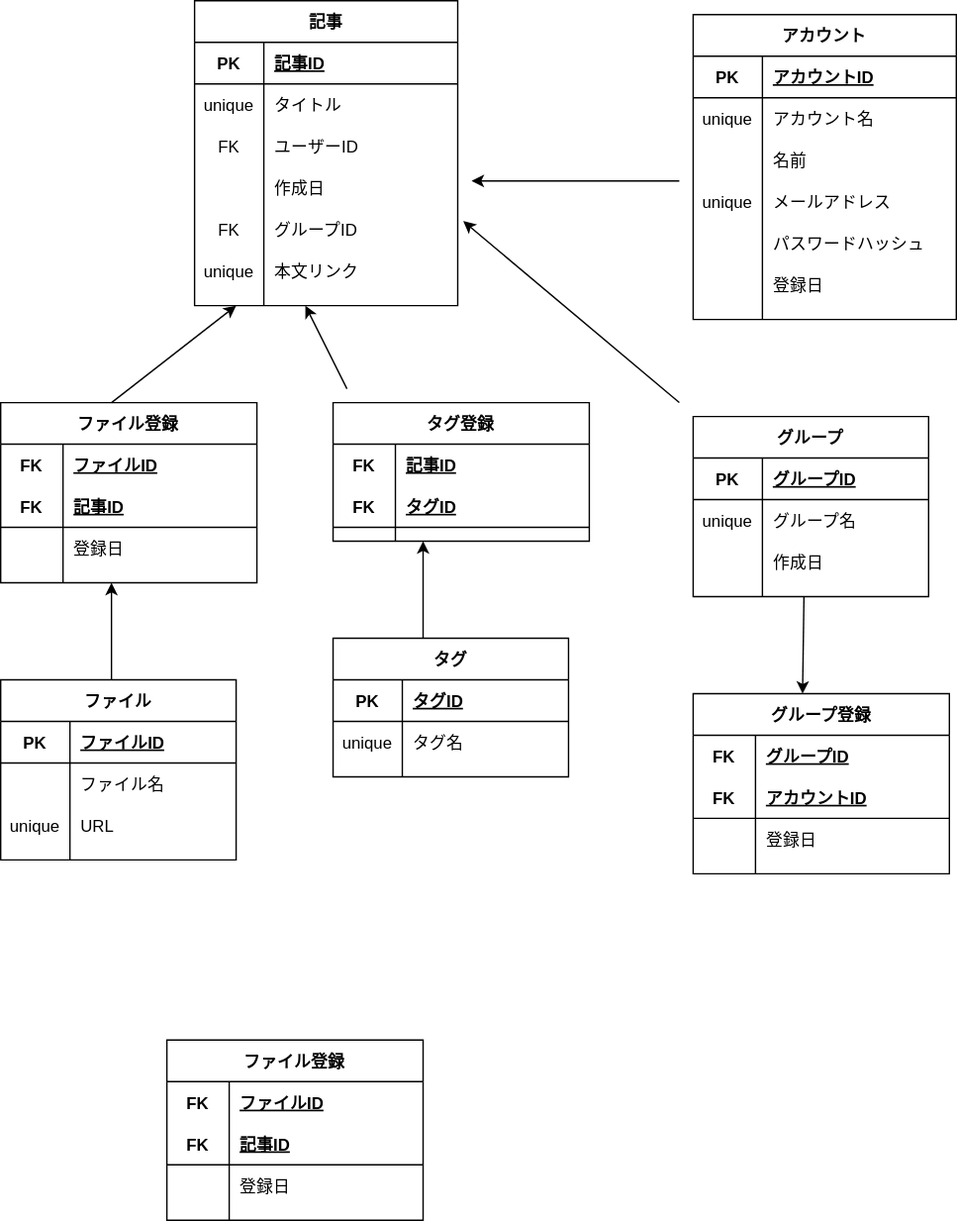
This is design/image/db.drawio.svg from kuboshu/exmanager, a draw.io export, as it was before one commit. Source tidied: cells renumbered, new cells last; positions are measured from the earlier drawing's top-left corner, leaving out a move shared by most shapes.
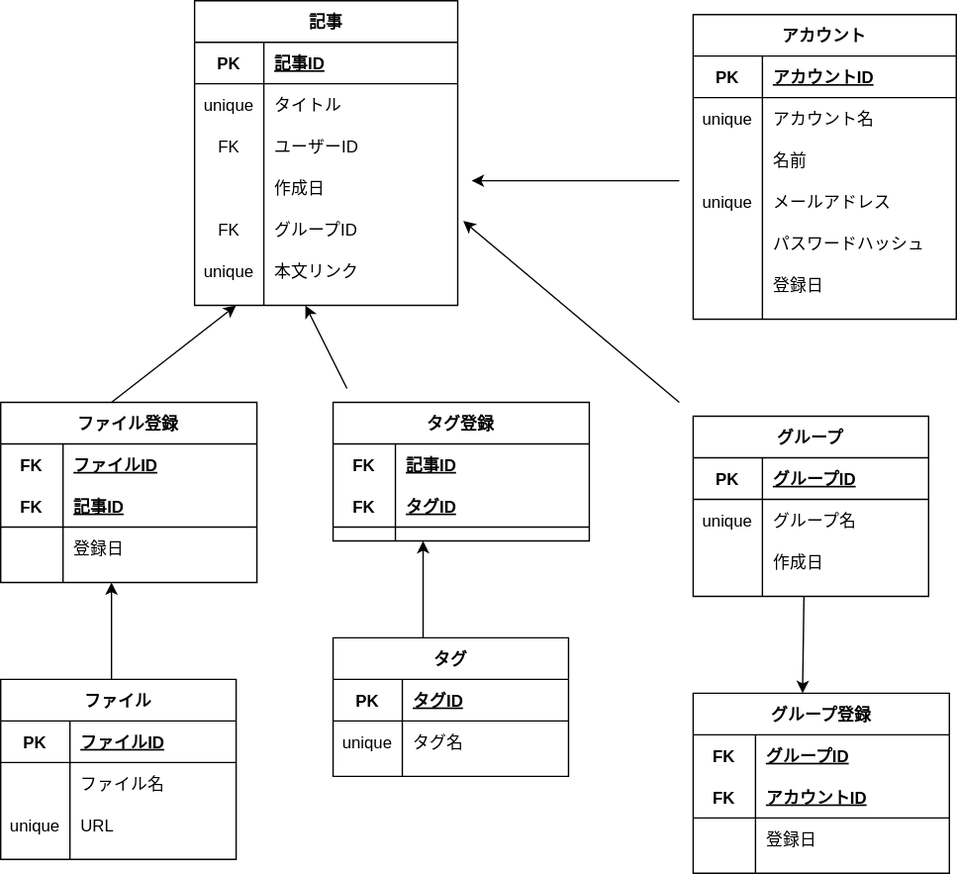
The same file after the commit.

Commit message:
[update]不要なテーブル図を削除

What changed in the source:
```diff
@@ -218,36 +218,6 @@
     <mxCell id="73" value="タグID" style="shape=partialRectangle;fillColor=none;top=0;left=0;bottom=0;right=0;align=left;spacingLeft=6;fontStyle=5;overflow=hidden;fontColor=#000000;strokeColor=#000000;" parent="71" vertex="1">
       <mxGeometry x="45" width="140" height="30" as="geometry" />
     </mxCell>
-    <mxCell id="74" value="ファイル登録" style="shape=table;startSize=30;rowLines=0;fontStyle=1;align=center;fontColor=#000000;strokeColor=#000000;" parent="1" vertex="1">
-      <mxGeometry x="120" y="750" width="185" height="130" as="geometry" />
-    </mxCell>
-    <mxCell id="75" style="shape=partialRectangle;fillColor=none;top=0;left=0;bottom=0;right=0;fontColor=#000000;strokeColor=#000000;" parent="74" vertex="1">
-      <mxGeometry y="30" width="185" height="30" as="geometry" />
-    </mxCell>
-    <mxCell id="76" value="FK" style="shape=partialRectangle;fillColor=none;top=0;left=0;bottom=0;right=0;fontStyle=1;overflow=hidden;fontColor=#000000;strokeColor=#000000;" parent="75" vertex="1">
-      <mxGeometry width="45" height="30" as="geometry" />
-    </mxCell>
-    <mxCell id="77" value="ファイルID" style="shape=partialRectangle;fillColor=none;top=0;left=0;bottom=0;right=0;align=left;spacingLeft=6;fontStyle=5;overflow=hidden;fontColor=#000000;strokeColor=#000000;" parent="75" vertex="1">
-      <mxGeometry x="45" width="140" height="30" as="geometry" />
-    </mxCell>
-    <mxCell id="78" style="shape=partialRectangle;fillColor=none;top=0;left=0;bottom=1;right=0;fontColor=#000000;strokeColor=#000000;" parent="74" vertex="1">
-      <mxGeometry y="60" width="185" height="30" as="geometry" />
-    </mxCell>
-    <mxCell id="79" value="FK" style="shape=partialRectangle;fillColor=none;top=0;left=0;bottom=0;right=0;fontStyle=1;overflow=hidden;fontColor=#000000;strokeColor=#000000;" parent="78" vertex="1">
-      <mxGeometry width="45" height="30" as="geometry" />
-    </mxCell>
-    <mxCell id="80" value="記事ID" style="shape=partialRectangle;fillColor=none;top=0;left=0;bottom=0;right=0;align=left;spacingLeft=6;fontStyle=5;overflow=hidden;fontColor=#000000;strokeColor=#000000;" parent="78" vertex="1">
-      <mxGeometry x="45" width="140" height="30" as="geometry" />
-    </mxCell>
-    <mxCell id="81" style="shape=partialRectangle;fillColor=none;top=0;left=0;bottom=0;right=0;fontColor=#000000;strokeColor=#000000;" parent="74" vertex="1">
-      <mxGeometry y="90" width="185" height="30" as="geometry" />
-    </mxCell>
-    <mxCell id="82" style="shape=partialRectangle;fillColor=none;top=0;left=0;bottom=0;right=0;overflow=hidden;fontColor=#000000;strokeColor=#000000;" parent="81" vertex="1">
-      <mxGeometry width="45" height="30" as="geometry" />
-    </mxCell>
-    <mxCell id="83" value="登録日" style="shape=partialRectangle;fillColor=none;top=0;left=0;bottom=0;right=0;align=left;spacingLeft=6;overflow=hidden;fontColor=#000000;strokeColor=#000000;" parent="81" vertex="1">
-      <mxGeometry x="45" width="140" height="30" as="geometry" />
-    </mxCell>
     <mxCell id="84" style="endArrow=classic;html=1;strokeColor=#000000;entryX=1.021;entryY=0.3;entryDx=0;entryDy=0;entryPerimeter=0;" parent="1" edge="1" target="54">
       <mxGeometry relative="1" as="geometry">
         <mxPoint x="490" y="290" as="sourcePoint" />
```
